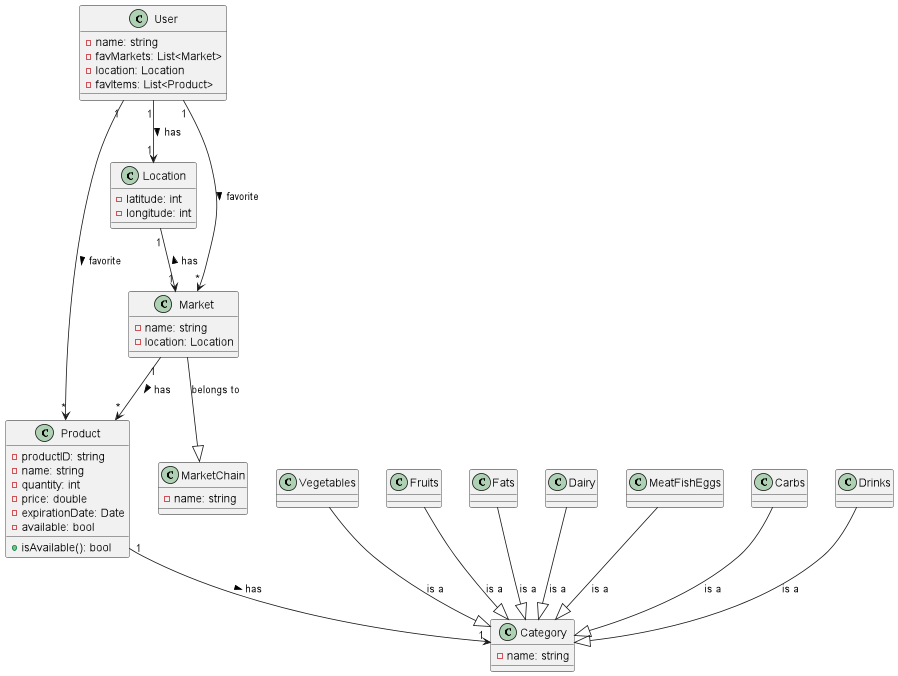
This is images/DomainModel.png from leonor-f/FoodRescueApp, a PlantUML export, as it was before one commit. The source it was exported from:
```plantuml
@startuml

class User {
    -name: string
    -favMarkets: List<Market>
    -location: Location
    -favItems: List<Product>
}

class Product {
    -productID: string
    -name: string
    -quantity: int
    -price: double
    -expirationDate: Date
    -available: bool
    +isAvailable(): bool
}

class Category {
    -name: string
}

class Vegetables {
}

class Fruits {
}

class Fats {
}

class Dairy { /' laticinios '/
}

class MeatFishEggs {
}

class Carbs {
}

class Drinks {
}

class Location {
    -latitude: int
    -longitude: int
}

class Market {
    -name: string
    -location: Location
}

class MarketChain {
    -name: string
}

User "1" --> "*" Product: favorite >
User "1" --> "1" Location: has >
User "1" --> "*" Market: favorite >
Location "1" --> "1" Market: has <
Market "1" --> "*" Product: has >
Product "1" --> "1" Category: has >
Vegetables --|> Category: is a
Fruits --|> Category: is a
Fats --|> Category: is a
Dairy --|> Category: is a
MeatFishEggs --|> Category: is a
Carbs --|> Category: is a
Drinks --|> Category: is a
Market --|> MarketChain: belongs to


@enduml
```
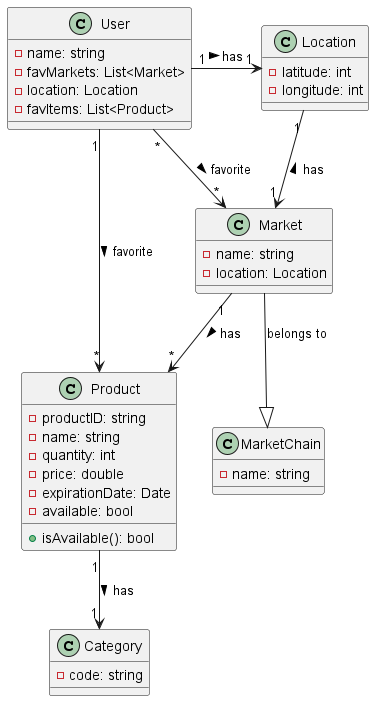
The same diagram one commit later.

Change to the diagram source:
```diff
@@ -18,28 +18,7 @@
 }
 
 class Category {
-    -name: string
-}
-
-class Vegetables {
-}
-
-class Fruits {
-}
-
-class Fats {
-}
-
-class Dairy { /' laticinios '/
-}
-
-class MeatFishEggs {
-}
-
-class Carbs {
-}
-
-class Drinks {
+    -code: string
 }
 
 class Location {
@@ -57,18 +36,11 @@
 }
 
 User "1" --> "*" Product: favorite >
-User "1" --> "1" Location: has >
-User "1" --> "*" Market: favorite >
+User "1" -> "1" Location: has >
+User "*" --> "*" Market: favorite >
 Location "1" --> "1" Market: has <
 Market "1" --> "*" Product: has >
 Product "1" --> "1" Category: has >
-Vegetables --|> Category: is a
-Fruits --|> Category: is a
-Fats --|> Category: is a
-Dairy --|> Category: is a
-MeatFishEggs --|> Category: is a
-Carbs --|> Category: is a
-Drinks --|> Category: is a
 Market --|> MarketChain: belongs to
 
 
```
